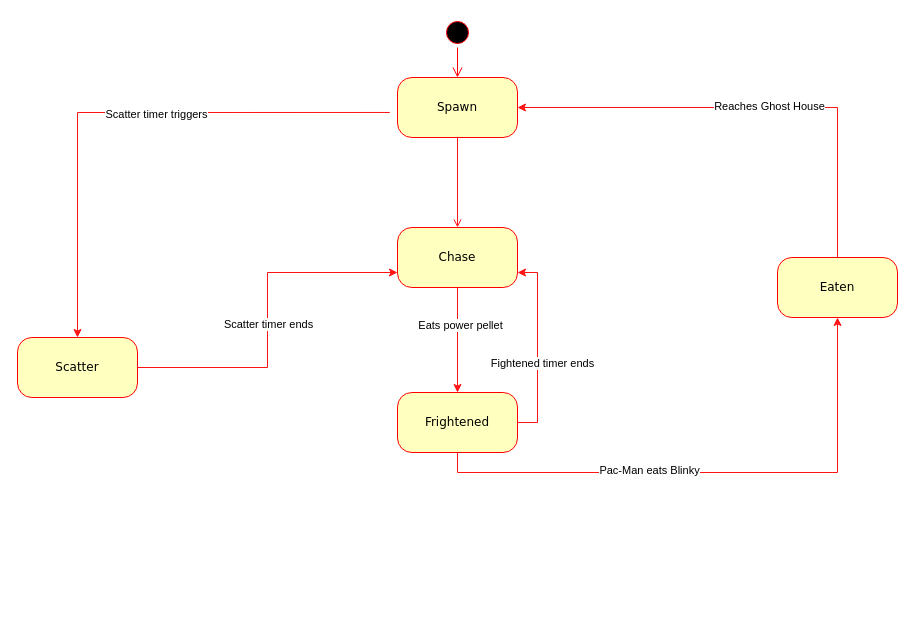
Earlier version of the draw.io diagram Untitled Diagram.drawio (Ife-Ody/cs3ios). Source tidied: cells renumbered, new cells numbered last; positions are measured from the earlier drawing's top-left corner, leaving out a move shared by most shapes. Both pictures are drawn from the tidied source at 100%, with x=0, y=0 at pixel (17, 17).
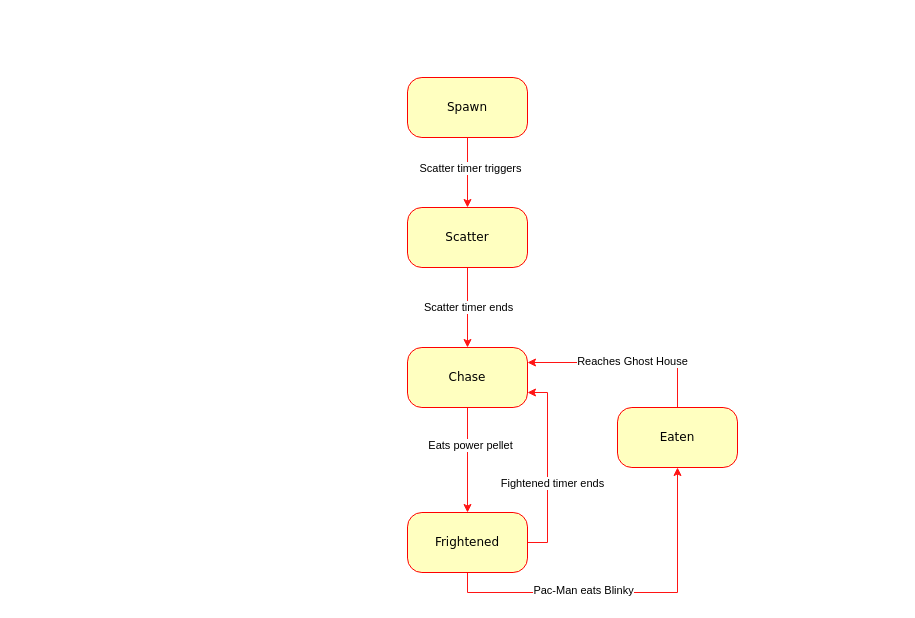
Above is the later version.

What changed in the source:
```diff
@@
-    <mxCell id="2" style="ellipse;html=1;shape=startState;fillColor=#000000;strokeColor=#ff0000;rounded=1;shadow=0;comic=0;labelBackgroundColor=none;fontFamily=Verdana;fontSize=12;fontColor=#000000;align=center;direction=south;" parent="1" vertex="1">
-      <mxGeometry x="425" width="30" height="30" as="geometry" />
-    </mxCell>
-    <mxCell id="3" style="edgeStyle=orthogonalEdgeStyle;rounded=0;jettySize=auto;html=1;exitX=1;exitY=0.5;exitDx=0;exitDy=0;entryX=0;entryY=0.75;entryDx=0;entryDy=0;strokeColor=#FF1414;" parent="1" edge="1" source="5" target="12">
+    <mxCell id="3" style="edgeStyle=orthogonalEdgeStyle;rounded=0;jettySize=auto;html=1;exitX=0.5;exitY=1;exitDx=0;exitDy=0;entryX=0.5;entryY=0;entryDx=0;entryDy=0;strokeColor=#FF1414;" parent="1" edge="1" source="5" target="12">
       <mxGeometry relative="1" as="geometry" />
     </mxCell>
@@
     <mxCell id="5" value="Scatter" style="rounded=1;whiteSpace=wrap;html=1;arcSize=24;fillColor=#ffffc0;strokeColor=#ff0000;shadow=0;comic=0;labelBackgroundColor=none;fontFamily=Verdana;fontSize=12;fontColor=#000000;align=center;" parent="1" vertex="1">
-      <mxGeometry y="320" width="120" height="60" as="geometry" />
+      <mxGeometry x="390" y="190" width="120" height="60" as="geometry" />
     </mxCell>
-    <mxCell id="6" style="edgeStyle=orthogonalEdgeStyle;rounded=0;jettySize=auto;html=1;exitX=0.5;exitY=1;exitDx=0;exitDy=0;strokeColor=#FF1414;endArrow=open;endFill=0;" parent="1" edge="1" source="7" target="12">
-      <mxGeometry relative="1" as="geometry" />
-    </mxCell>
     <mxCell id="7" value="Spawn" style="rounded=1;whiteSpace=wrap;html=1;arcSize=24;fillColor=#ffffc0;strokeColor=#ff0000;shadow=0;comic=0;labelBackgroundColor=none;fontFamily=Verdana;fontSize=12;fontColor=#000000;align=center;" parent="1" vertex="1">
-      <mxGeometry x="380" y="60" width="120" height="60" as="geometry" />
+      <mxGeometry x="390" y="60" width="120" height="60" as="geometry" />
     </mxCell>
-    <mxCell id="8" style="edgeStyle=orthogonalEdgeStyle;rounded=0;jettySize=auto;html=1;entryX=0.5;entryY=0;entryDx=0;entryDy=0;exitX=-0.064;exitY=0.583;exitDx=0;exitDy=0;exitPerimeter=0;strokeColor=#FF1414;" parent="1" edge="1" source="7" target="5">
+    <mxCell id="8" style="edgeStyle=orthogonalEdgeStyle;rounded=0;jettySize=auto;html=1;entryX=0.5;entryY=0;entryDx=0;entryDy=0;exitX=0.5;exitY=1;exitDx=0;exitDy=0;strokeColor=#FF1414;" parent="1" edge="1" source="7" target="5">
       <mxGeometry relative="1" as="geometry" />
     </mxCell>
@@
     <mxCell id="12" value="Chase" style="rounded=1;whiteSpace=wrap;html=1;arcSize=24;fillColor=#ffffc0;strokeColor=#ff0000;shadow=0;comic=0;labelBackgroundColor=none;fontFamily=Verdana;fontSize=12;fontColor=#000000;align=center;" parent="1" vertex="1">
-      <mxGeometry x="380" y="210" width="120" height="60" as="geometry" />
+      <mxGeometry x="390" y="330" width="120" height="60" as="geometry" />
     </mxCell>
-    <mxCell id="13" style="edgeStyle=orthogonalEdgeStyle;rounded=0;jettySize=auto;html=1;exitX=0.5;exitY=0;exitDx=0;exitDy=0;entryX=1;entryY=0.5;entryDx=0;entryDy=0;strokeColor=#FF1414;" parent="1" edge="1" source="15" target="7">
+    <mxCell id="13" style="edgeStyle=orthogonalEdgeStyle;rounded=0;jettySize=auto;html=1;exitX=0.5;exitY=0;exitDx=0;exitDy=0;entryX=1;entryY=0.25;entryDx=0;entryDy=0;strokeColor=#FF1414;" parent="1" edge="1" source="15" target="12">
       <mxGeometry relative="1" as="geometry" />
     </mxCell>
@@
     <mxCell id="15" value="Eaten" style="rounded=1;whiteSpace=wrap;html=1;arcSize=24;fillColor=#ffffc0;strokeColor=#ff0000;shadow=0;comic=0;labelBackgroundColor=none;fontFamily=Verdana;fontSize=12;fontColor=#000000;align=center;" parent="1" vertex="1">
-      <mxGeometry x="760" y="240" width="120" height="60" as="geometry" />
+      <mxGeometry x="600" y="390" width="120" height="60" as="geometry" />
     </mxCell>
@@
     <mxCell id="20" value="Frightened" style="rounded=1;whiteSpace=wrap;html=1;arcSize=24;fillColor=#ffffc0;strokeColor=#ff0000;shadow=0;comic=0;labelBackgroundColor=none;fontFamily=Verdana;fontSize=12;fontColor=#000000;align=center;" parent="1" vertex="1">
-      <mxGeometry x="380" y="375" width="120" height="60" as="geometry" />
+      <mxGeometry x="390" y="495" width="120" height="60" as="geometry" />
     </mxCell>
-    <mxCell id="21" style="edgeStyle=orthogonalEdgeStyle;html=1;labelBackgroundColor=none;endArrow=open;endSize=8;strokeColor=#ff0000;fontFamily=Verdana;fontSize=12;align=left;entryX=0.5;entryY=0;entryDx=0;entryDy=0;" parent="1" edge="1" source="2" target="7">
-      <mxGeometry relative="1" as="geometry" />
-    </mxCell>
```
